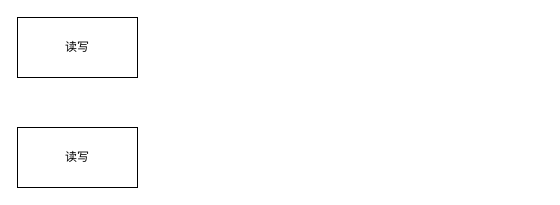
This is page "Page-1" (1 of 7) of 未命名绘图.drawio from idbanfan/drawio, a draw.io file, before an edit. Source tidied: cells renumbered, new cells numbered last; positions are measured from the earlier drawing's top-left corner, leaving out a move shared by most shapes. Both pictures are drawn from the tidied source at 100%, with x=0, y=0 at pixel (17, 17).
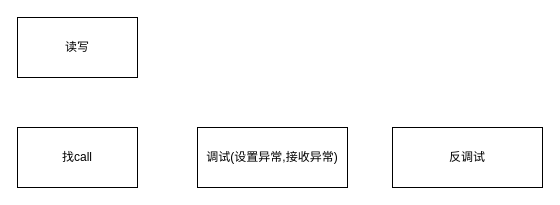
The same diagram, later.

Diff of the diagram source:
```diff
@@
 <mxGraphModel>
   <root>
     <mxCell id="0" />
     <mxCell id="1" parent="0" />
     <mxCell id="2" value="读写" style="rounded=0;whiteSpace=wrap;html=1;" parent="1" vertex="1">
       <mxGeometry width="120" height="60" as="geometry" />
     </mxCell>
-    <mxCell id="3" value="读写" style="rounded=0;whiteSpace=wrap;html=1;" parent="1" vertex="1">
+    <mxCell id="3" value="找call" style="rounded=0;whiteSpace=wrap;html=1;" parent="1" vertex="1">
       <mxGeometry y="110" width="120" height="60" as="geometry" />
     </mxCell>
+    <mxCell id="4" value="调试(设置异常,接收异常)" style="rounded=0;whiteSpace=wrap;html=1;" parent="1" vertex="1">
+      <mxGeometry x="180" y="110" width="150" height="60" as="geometry" />
+    </mxCell>
+    <mxCell id="5" value="反调试" style="rounded=0;whiteSpace=wrap;html=1;" parent="1" vertex="1">
+      <mxGeometry x="375" y="110" width="150" height="60" as="geometry" />
+    </mxCell>
   </root>
 </mxGraphModel>
```
